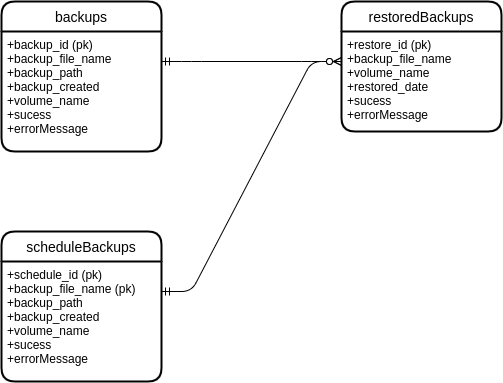
Earlier version of the draw.io export docs/diagrams/db-relational.drawio.png (mrllama123/docker-homelab-manager). Source tidied: cells renumbered, new cells last; positions are measured from the earlier drawing's top-left corner, leaving out a move shared by most shapes.
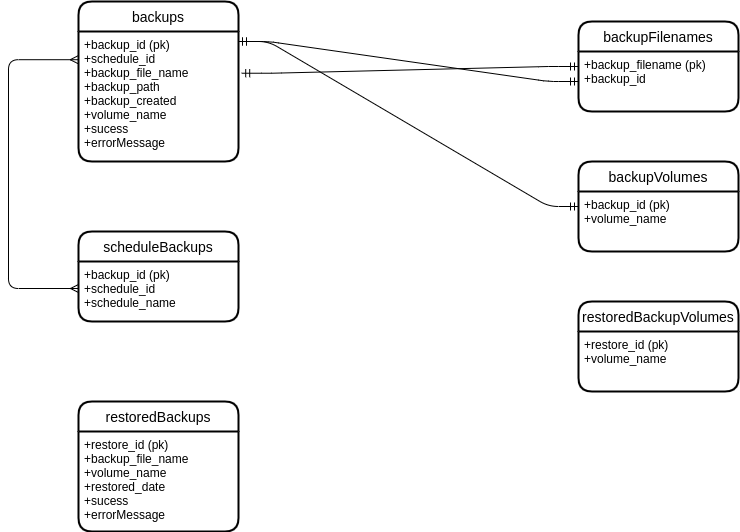
The same diagram one commit later.

Commit message:
draft diagram

Diff of the diagram source:
```diff
@@ -3,34 +3,64 @@
     <mxCell id="0" />
     <mxCell id="1" parent="0" />
     <mxCell id="2" value="backups" style="swimlane;horizontal=1;startSize=30;rounded=1;fontSize=14;fontStyle=0;strokeWidth=2;shadow=0;dashed=0;align=center;" parent="1" vertex="1">
-      <mxGeometry width="160" height="150" as="geometry" />
+      <mxGeometry width="160" height="160" as="geometry" />
     </mxCell>
-    <mxCell id="3" value="+backup_id (pk)&#10;+backup_file_name&#10;+backup_path&#10;+backup_created&#10;+volume_name&#10;+sucess&#10;+errorMessage" style="align=left;strokeColor=none;fillColor=none;spacingLeft=4;fontSize=12;verticalAlign=top;" parent="2" vertex="1">
-      <mxGeometry y="30" width="160" height="120" as="geometry" />
+    <mxCell id="3" value="+backup_id (pk)&#10;+schedule_id&#10;+backup_file_name&#10;+backup_path&#10;+backup_created&#10;+volume_name&#10;+sucess&#10;+errorMessage" style="align=left;strokeColor=none;fillColor=none;spacingLeft=4;fontSize=12;verticalAlign=top;" parent="2" vertex="1">
+      <mxGeometry y="30" width="160" height="130" as="geometry" />
     </mxCell>
     <mxCell id="4" value="restoredBackups" style="swimlane;horizontal=1;startSize=30;rounded=1;fontSize=14;fontStyle=0;strokeWidth=2;shadow=0;dashed=0;align=center;" parent="1" vertex="1">
-      <mxGeometry x="340" width="160" height="130" as="geometry" />
+      <mxGeometry y="400" width="160" height="130" as="geometry" />
     </mxCell>
     <mxCell id="5" value="+restore_id (pk)&#10;+backup_file_name&#10;+volume_name&#10;+restored_date&#10;+sucess&#10;+errorMessage" style="align=left;strokeColor=none;fillColor=none;spacingLeft=4;fontSize=12;verticalAlign=top;" parent="4" vertex="1">
       <mxGeometry y="30" width="160" height="100" as="geometry" />
     </mxCell>
-    <mxCell id="6" style="edgeStyle=entityRelationEdgeStyle;fontSize=12;html=1;endArrow=ERzeroToMany;startArrow=ERmandOne;" parent="1" edge="1">
-      <mxGeometry relative="1" as="geometry">
-        <mxPoint x="160" y="60" as="sourcePoint" />
-        <mxPoint x="340" y="60" as="targetPoint" />
-      </mxGeometry>
-    </mxCell>
     <mxCell id="7" value="scheduleBackups" style="swimlane;horizontal=1;startSize=30;rounded=1;fontSize=14;fontStyle=0;strokeWidth=2;shadow=0;dashed=0;align=center;" parent="1" vertex="1">
-      <mxGeometry y="230" width="160" height="150" as="geometry" />
+      <mxGeometry y="230" width="160" height="90" as="geometry" />
     </mxCell>
-    <mxCell id="8" value="+schedule_id (pk)&#10;+backup_file_name (pk)&#10;+backup_path&#10;+backup_created&#10;+volume_name&#10;+sucess&#10;+errorMessage" style="align=left;strokeColor=none;fillColor=none;spacingLeft=4;fontSize=12;verticalAlign=top;" parent="7" vertex="1">
-      <mxGeometry y="30" width="160" height="120" as="geometry" />
+    <mxCell id="8" value="+backup_id (pk)&#10;+schedule_id&#10;+schedule_name" style="align=left;strokeColor=none;fillColor=none;spacingLeft=4;fontSize=12;verticalAlign=top;" parent="7" vertex="1">
+      <mxGeometry y="30" width="160" height="60" as="geometry" />
     </mxCell>
-    <mxCell id="9" style="edgeStyle=entityRelationEdgeStyle;fontSize=12;html=1;endArrow=ERzeroToMany;startArrow=ERmandOne;" parent="1" edge="1">
-      <mxGeometry relative="1" as="geometry">
-        <mxPoint x="160" y="290" as="sourcePoint" />
-        <mxPoint x="340" y="60" as="targetPoint" />
-      </mxGeometry>
+    <mxCell id="9" value="backupFilenames" style="swimlane;horizontal=1;startSize=30;rounded=1;fontSize=14;fontStyle=0;strokeWidth=2;shadow=0;dashed=0;align=center;" parent="1" vertex="1">
+      <mxGeometry x="500" y="20" width="160" height="90" as="geometry" />
     </mxCell>
+    <mxCell id="10" value="+backup_filename (pk)&#10;+backup_id&#10;" style="align=left;strokeColor=none;fillColor=none;spacingLeft=4;fontSize=12;verticalAlign=top;" parent="9" vertex="1">
+      <mxGeometry y="30" width="160" height="60" as="geometry" />
+    </mxCell>
+    <mxCell id="11" value="backupVolumes" style="swimlane;horizontal=1;startSize=30;rounded=1;fontSize=14;fontStyle=0;strokeWidth=2;shadow=0;dashed=0;align=center;" parent="1" vertex="1">
+      <mxGeometry x="500" y="160" width="160" height="90" as="geometry" />
+    </mxCell>
+    <mxCell id="12" value="+backup_id (pk)&#10;+volume_name&#10;" style="align=left;strokeColor=none;fillColor=none;spacingLeft=4;fontSize=12;verticalAlign=top;" parent="11" vertex="1">
+      <mxGeometry y="30" width="160" height="60" as="geometry" />
+    </mxCell>
+    <mxCell id="13" value="restoredBackupVolumes" style="swimlane;horizontal=1;startSize=30;rounded=1;fontSize=14;fontStyle=0;strokeWidth=2;shadow=0;dashed=0;align=center;" parent="1" vertex="1">
+      <mxGeometry x="500" y="300" width="160" height="90" as="geometry" />
+    </mxCell>
+    <mxCell id="14" value="+restore_id (pk)&#10;+volume_name&#10;" style="align=left;strokeColor=none;fillColor=none;spacingLeft=4;fontSize=12;verticalAlign=top;" parent="13" vertex="1">
+      <mxGeometry y="30" width="160" height="60" as="geometry" />
+    </mxCell>
+    <mxCell id="15" style="edgeStyle=entityRelationEdgeStyle;fontSize=12;html=1;endArrow=ERmandOne;startArrow=ERmandOne;entryX=0;entryY=0.5;entryDx=0;entryDy=0;" parent="1" edge="1" target="11">
+      <mxGeometry relative="1" as="geometry">
+        <mxPoint x="160" y="40" as="sourcePoint" />
+      </mxGeometry>
+    </mxCell>
+    <mxCell id="16" style="edgeStyle=orthogonalEdgeStyle;fontSize=12;html=1;endArrow=ERmany;startArrow=ERmany;entryX=-0.002;entryY=0.217;entryDx=0;entryDy=0;entryPerimeter=0;" parent="1" edge="1" target="3">
+      <mxGeometry relative="1" as="geometry">
+        <mxPoint y="287" as="sourcePoint" />
+        <Array as="points">
+          <mxPoint x="-70" y="287" />
+          <mxPoint x="-70" y="58" />
+        </Array>
+      </mxGeometry>
+    </mxCell>
+    <mxCell id="17" style="edgeStyle=entityRelationEdgeStyle;fontSize=12;html=1;endArrow=ERmandOne;startArrow=ERmandOne;exitX=1.02;exitY=0.321;exitDx=0;exitDy=0;exitPerimeter=0;" parent="1" edge="1" source="3">
+      <mxGeometry relative="1" as="geometry">
+        <mxPoint x="500" y="65" as="targetPoint" />
+      </mxGeometry>
+    </mxCell>
+    <mxCell id="18" style="edgeStyle=entityRelationEdgeStyle;fontSize=12;html=1;endArrow=ERmandOne;startArrow=ERmandOne;entryX=0;entryY=0.5;entryDx=0;entryDy=0;" parent="1" edge="1" target="10">
+      <mxGeometry relative="1" as="geometry">
+        <mxPoint x="160" y="40" as="sourcePoint" />
+      </mxGeometry>
+    </mxCell>
   </root>
 </mxGraphModel>
```
